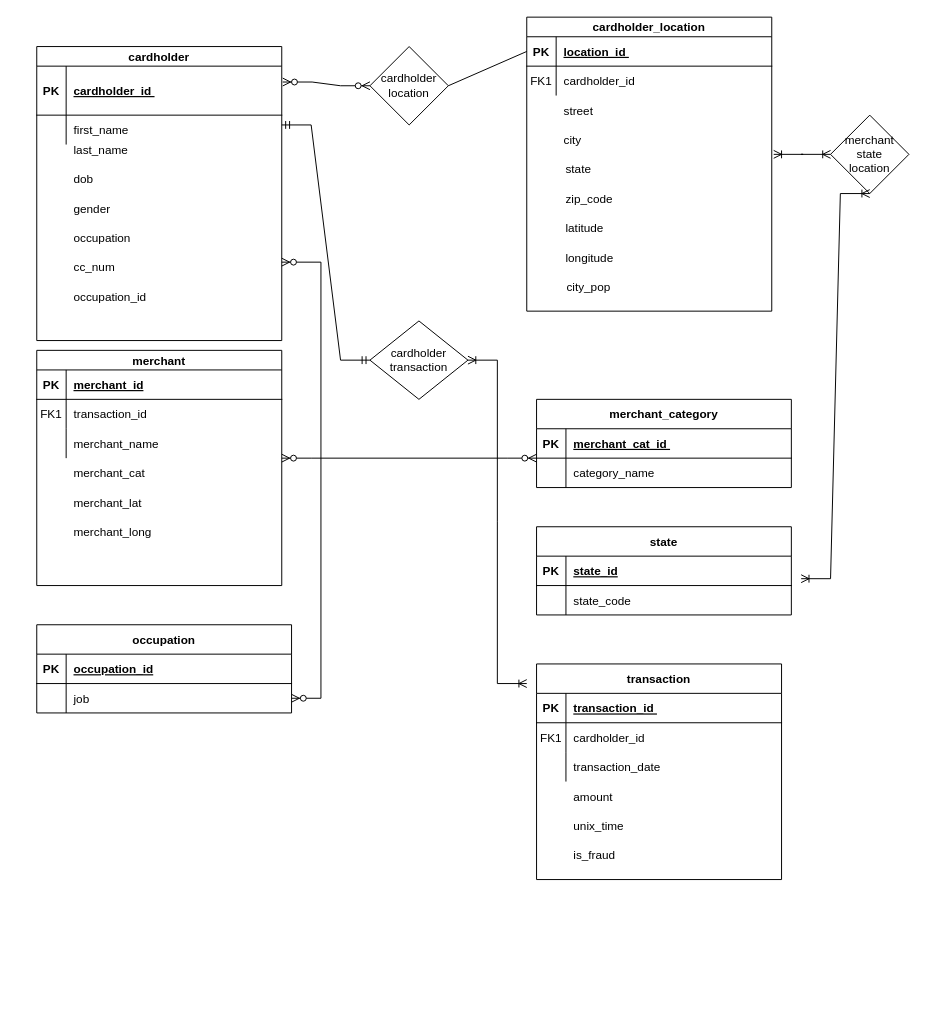
Above: ERDiagram.drawio.xml in COP3710CreditCardFraudDetection/CCFraudDetectionDB (draw.io), before the change. Source tidied: cells renumbered, new cells numbered last; positions are measured from the earlier drawing's top-left corner, leaving out a move shared by most shapes. Both pictures are drawn from the tidied source at 98%, with x=0, y=0 at pixel (36, 17).
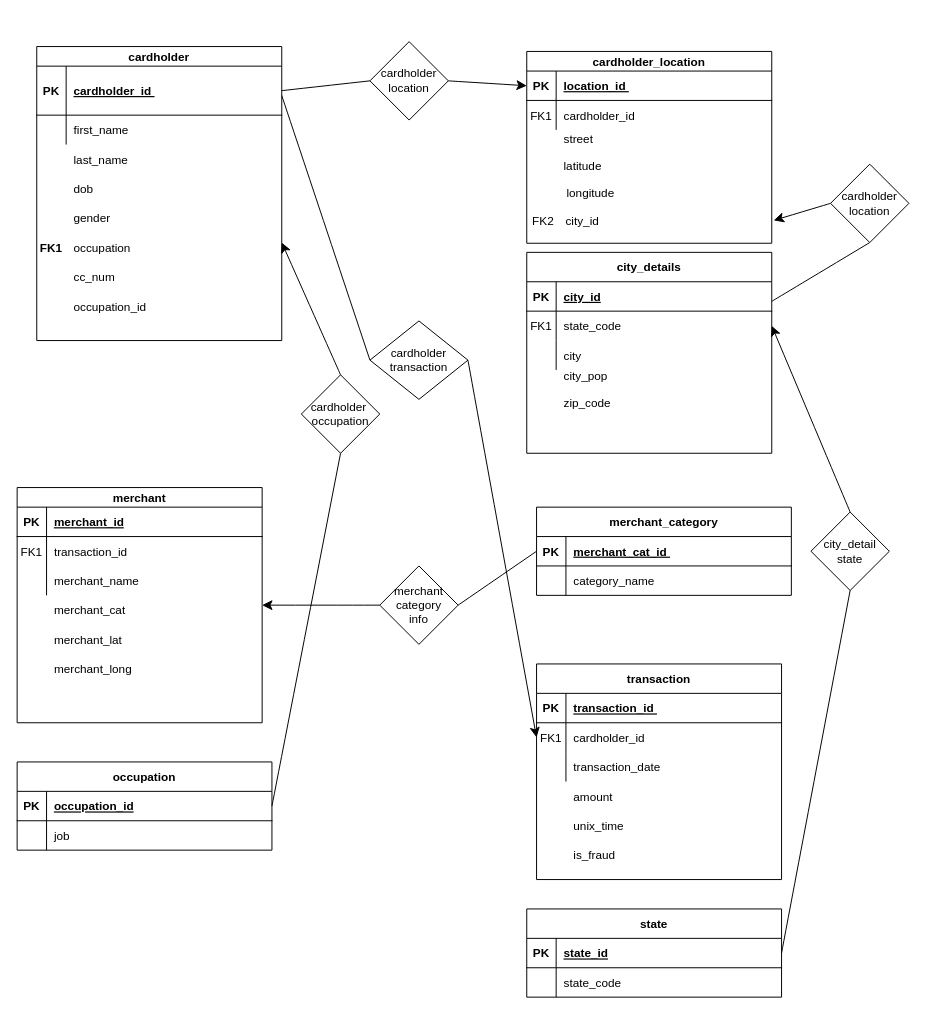
Above is the later version.

Commit message:
Update George's ER diagram

Unchanged cells that the change refers to:
```xml
<mxCell id="4" value="PK" style="shape=partialRectangle;overflow=hidden;fillColor=none;top=0;left=0;bottom=0;right=0;fontStyle=1;" parent="3" vertex="1">
  <mxGeometry width="30" height="30" as="geometry" />
</mxCell>
<mxCell id="12" value="merchant" style="shape=table;startSize=20;childLayout=tableLayout;rowLines=0;fontStyle=1;align=center;" parent="11" vertex="1">
  <mxGeometry width="250" height="240" as="geometry" />
</mxCell>
<mxCell id="21" value="merchant_name " style="shape=partialRectangle;overflow=hidden;fillColor=none;top=0;left=0;bottom=0;right=0;align=left;spacingLeft=6;" parent="19" vertex="1">
  <mxGeometry x="30" width="220" height="30" as="geometry" />
</mxCell>
<mxCell id="28" value="occupation_id" style="shape=partialRectangle;overflow=hidden;fillColor=none;top=0;left=0;bottom=0;right=0;align=left;spacingLeft=6;fontStyle=5;" parent="26" vertex="1">
  <mxGeometry x="30" width="230" height="30" as="geometry" />
</mxCell>
<mxCell id="29" style="shape=partialRectangle;fillColor=none;points=[[0,0.5],[1,0.5]];portConstraint=eastwest;top=0;left=0;right=0;bottom=0;" parent="25" vertex="1">
  <mxGeometry y="60" width="260" height="30" as="geometry" />
</mxCell>
<mxCell id="32" style="group;" parent="1" vertex="1">
  <mxGeometry y="30" width="250" height="280" as="geometry" />
</mxCell>
<mxCell id="34" style="shape=partialRectangle;fillColor=none;points=[[0,0.5],[1,0.5]];portConstraint=eastwest;top=0;left=0;right=0;bottom=1;" parent="33" vertex="1">
  <mxGeometry y="20" width="250" height="50" as="geometry" />
</mxCell>
<mxCell id="49" value="PK" style="shape=partialRectangle;overflow=hidden;fillColor=none;top=0;left=0;bottom=0;right=0;fontStyle=1;" parent="48" vertex="1">
  <mxGeometry width="30" height="30" as="geometry" />
</mxCell>
<mxCell id="66" style="shape=partialRectangle;fillColor=none;points=[[0,0.5],[1,0.5]];portConstraint=eastwest;top=0;left=0;right=0;bottom=0;" parent="62" vertex="1">
  <mxGeometry y="60" width="250" height="30" as="geometry" />
</mxCell>
<mxCell id="78" value="state_id" style="shape=partialRectangle;overflow=hidden;fillColor=none;top=0;left=0;bottom=0;right=0;align=left;spacingLeft=6;fontStyle=5;" parent="76" vertex="1">
  <mxGeometry x="30" width="230" height="30" as="geometry" />
</mxCell>
<mxCell id="83" value="cardholder&lt;div&gt;transaction&lt;/div&gt;" style="rhombus;whiteSpace=wrap;html=1;" parent="1" vertex="1">
  <mxGeometry x="340" y="310" width="100" height="80" as="geometry" />
</mxCell>
```

Diff of the diagram source:
```diff
@@
     <mxCell id="2" value="merchant_category" style="shape=table;startSize=30;childLayout=tableLayout;rowLines=0;fontStyle=1;align=center;" parent="1" vertex="1">
-      <mxGeometry x="510" y="390" width="260" height="90" as="geometry" />
+      <mxGeometry x="510" y="500" width="260" height="90" as="geometry" />
     </mxCell>
@@
     <mxCell id="9" style="group;" parent="1" vertex="1">
-      <mxGeometry y="340" width="260" height="400" as="geometry" />
+      <mxGeometry x="-20" y="480" width="260" height="400" as="geometry" />
     </mxCell>
@@
     <mxCell id="40" value="last_name " style="shape=partialRectangle;overflow=hidden;fillColor=none;top=0;left=0;bottom=0;right=0;align=left;spacingLeft=6;" parent="32" vertex="1">
-      <mxGeometry x="30" y="90" width="220" height="30" as="geometry" />
+      <mxGeometry x="30" y="100" width="220" height="30" as="geometry" />
     </mxCell>
     <mxCell id="41" value="gender " style="shape=partialRectangle;overflow=hidden;fillColor=none;top=0;left=0;bottom=0;right=0;align=left;spacingLeft=6;" parent="32" vertex="1">
-      <mxGeometry x="30" y="150" width="220" height="30" as="geometry" />
+      <mxGeometry x="30" y="160" width="220" height="30" as="geometry" />
     </mxCell>
     <mxCell id="42" value="dob " style="shape=partialRectangle;overflow=hidden;fillColor=none;top=0;left=0;bottom=0;right=0;align=left;spacingLeft=6;" parent="32" vertex="1">
-      <mxGeometry x="30" y="120" width="220" height="30" as="geometry" />
+      <mxGeometry x="30" y="130" width="220" height="30" as="geometry" />
     </mxCell>
     <mxCell id="43" value="occupation " style="shape=partialRectangle;overflow=hidden;fillColor=none;top=0;left=0;bottom=0;right=0;align=left;spacingLeft=6;" parent="32" vertex="1">
-      <mxGeometry x="30" y="180" width="220" height="30" as="geometry" />
+      <mxGeometry x="30" y="190" width="220" height="30" as="geometry" />
     </mxCell>
     <mxCell id="44" value="cc_num " style="shape=partialRectangle;overflow=hidden;fillColor=none;top=0;left=0;bottom=0;right=0;align=left;spacingLeft=6;" parent="32" vertex="1">
-      <mxGeometry x="30" y="210" width="220" height="30" as="geometry" />
+      <mxGeometry x="30" y="220" width="220" height="30" as="geometry" />
     </mxCell>
     <mxCell id="45" value="occupation_id" style="shape=partialRectangle;overflow=hidden;fillColor=none;top=0;left=0;bottom=0;right=0;align=left;spacingLeft=6;" parent="32" vertex="1">
-      <mxGeometry x="30" y="240" width="220" height="30" as="geometry" />
+      <mxGeometry x="30" y="250" width="220" height="30" as="geometry" />
     </mxCell>
+    <mxCell id="93" value="FK1" style="shape=partialRectangle;overflow=hidden;fillColor=none;top=0;left=0;bottom=0;right=0;fontStyle=1;" parent="32" vertex="1">
+      <mxGeometry y="180" width="30" height="50" as="geometry" />
+    </mxCell>
     <mxCell id="46" style="group;" parent="1" vertex="1">
-      <mxGeometry x="500" width="253" height="300" as="geometry" />
+      <mxGeometry x="500" y="35" width="253" height="410" as="geometry" />
     </mxCell>
     <mxCell id="47" value="cardholder_location" style="shape=table;startSize=20;childLayout=tableLayout;rowLines=0;fontStyle=1;align=center;" parent="46" vertex="1">
-      <mxGeometry width="250" height="300" as="geometry" />
+      <mxGeometry width="250" height="195.7" as="geometry" />
     </mxCell>
@@
     <mxCell id="54" value="street " style="shape=partialRectangle;overflow=hidden;fillColor=none;top=0;left=0;bottom=0;right=0;align=left;spacingLeft=6;" parent="46" vertex="1">
-      <mxGeometry x="30" y="80" width="220" height="30" as="geometry" />
+      <mxGeometry x="30" y="74.5" width="220" height="28" as="geometry" />
     </mxCell>
-    <mxCell id="55" value="city " style="shape=partialRectangle;overflow=hidden;fillColor=none;top=0;left=0;bottom=0;right=0;align=left;spacingLeft=6;" parent="46" vertex="1">
-      <mxGeometry x="30" y="110" width="220" height="30" as="geometry" />
+    <mxCell id="55" style="shape=partialRectangle;overflow=hidden;fillColor=none;top=0;left=0;bottom=0;right=0;align=left;spacingLeft=6;" parent="46" vertex="1">
+      <mxGeometry x="30" y="102.5" width="220" height="28" as="geometry" />
     </mxCell>
-    <mxCell id="56" value="state " style="shape=partialRectangle;overflow=hidden;fillColor=none;top=0;left=0;bottom=0;right=0;align=left;spacingLeft=6;" parent="46" vertex="1">
-      <mxGeometry x="32" y="140" width="220" height="30" as="geometry" />
+    <mxCell id="56" style="shape=partialRectangle;overflow=hidden;fillColor=none;top=0;left=0;bottom=0;right=0;align=left;spacingLeft=6;" parent="46" vertex="1">
+      <mxGeometry x="32" y="130.5" width="220" height="28" as="geometry" />
     </mxCell>
-    <mxCell id="57" value="zip_code " style="shape=partialRectangle;overflow=hidden;fillColor=none;top=0;left=0;bottom=0;right=0;align=left;spacingLeft=6;" parent="46" vertex="1">
-      <mxGeometry x="32" y="170" width="220" height="30" as="geometry" />
+    <mxCell id="57" value="city_id" style="shape=partialRectangle;overflow=hidden;fillColor=none;top=0;left=0;bottom=0;right=0;align=left;spacingLeft=6;" parent="46" vertex="1">
+      <mxGeometry x="32" y="158.4" width="220" height="28" as="geometry" />
     </mxCell>
     <mxCell id="58" value="latitude " style="shape=partialRectangle;overflow=hidden;fillColor=none;top=0;left=0;bottom=0;right=0;align=left;spacingLeft=6;" parent="46" vertex="1">
-      <mxGeometry x="32" y="200" width="220" height="30" as="geometry" />
+      <mxGeometry x="30" y="102.5" width="220" height="28" as="geometry" />
     </mxCell>
     <mxCell id="59" value="longitude " style="shape=partialRectangle;overflow=hidden;fillColor=none;top=0;left=0;bottom=0;right=0;align=left;spacingLeft=6;" parent="46" vertex="1">
-      <mxGeometry x="32" y="230" width="220" height="30" as="geometry" />
+      <mxGeometry x="33" y="130.5" width="220" height="28" as="geometry" />
     </mxCell>
-    <mxCell id="60" value="city_pop " style="shape=partialRectangle;overflow=hidden;fillColor=none;top=0;left=0;bottom=0;right=0;align=left;spacingLeft=6;" parent="46" vertex="1">
-      <mxGeometry x="33" y="260" width="220" height="30" as="geometry" />
+    <mxCell id="60" style="shape=partialRectangle;overflow=hidden;fillColor=none;top=0;left=0;bottom=0;right=0;align=left;spacingLeft=6;" parent="46" vertex="1">
+      <mxGeometry x="33" y="242.3" width="220" height="28" as="geometry" />
     </mxCell>
+    <mxCell id="94" style="group;" parent="46" vertex="1">
+      <mxGeometry y="205" width="250" height="205" as="geometry" />
+    </mxCell>
+    <mxCell id="95" value="city_details" style="shape=table;startSize=30;childLayout=tableLayout;rowLines=0;fontStyle=1;align=center;" parent="94" vertex="1">
+      <mxGeometry width="250" height="205" as="geometry" />
+    </mxCell>
+    <mxCell id="96" style="shape=partialRectangle;fillColor=none;points=[[0,0.5],[1,0.5]];portConstraint=eastwest;top=0;left=0;right=0;bottom=1;" parent="95" vertex="1">
+      <mxGeometry y="30" width="250" height="30" as="geometry" />
+    </mxCell>
+    <mxCell id="97" value="PK" style="shape=partialRectangle;overflow=hidden;fillColor=none;top=0;left=0;bottom=0;right=0;fontStyle=1;" parent="96" vertex="1">
+      <mxGeometry width="30" height="30" as="geometry" />
+    </mxCell>
+    <mxCell id="98" value="city_id" style="shape=partialRectangle;overflow=hidden;fillColor=none;top=0;left=0;bottom=0;right=0;align=left;spacingLeft=6;fontStyle=5;" parent="96" vertex="1">
+      <mxGeometry x="30" width="220" height="30" as="geometry" />
+    </mxCell>
+    <mxCell id="99" style="shape=partialRectangle;fillColor=none;points=[[0,0.5],[1,0.5]];portConstraint=eastwest;top=0;left=0;right=0;bottom=0;" parent="95" vertex="1">
+      <mxGeometry y="60" width="250" height="30" as="geometry" />
+    </mxCell>
+    <mxCell id="100" value="FK1" style="shape=partialRectangle;overflow=hidden;fillColor=none;top=0;left=0;bottom=0;right=0;" parent="99" vertex="1">
+      <mxGeometry width="30" height="30" as="geometry" />
+    </mxCell>
+    <mxCell id="101" value="state_code" style="shape=partialRectangle;overflow=hidden;fillColor=none;top=0;left=0;bottom=0;right=0;align=left;spacingLeft=6;" parent="99" vertex="1">
+      <mxGeometry x="30" width="220" height="30" as="geometry" />
+    </mxCell>
+    <mxCell id="102" style="shape=partialRectangle;fillColor=none;top=0;left=0;right=0;bottom=0;" parent="95" vertex="1">
+      <mxGeometry y="90" width="250" height="30" as="geometry" />
+    </mxCell>
+    <mxCell id="103" style="shape=partialRectangle;overflow=hidden;fillColor=none;top=0;left=0;bottom=0;right=0;" parent="102" vertex="1">
+      <mxGeometry width="30" height="30" as="geometry" />
+    </mxCell>
+    <mxCell id="104" value="city" style="shape=partialRectangle;overflow=hidden;fillColor=none;top=0;left=0;bottom=0;right=0;align=left;spacingLeft=6;" parent="102" vertex="1">
+      <mxGeometry x="30" width="220" height="30" as="geometry" />
+    </mxCell>
+    <mxCell id="105" value="city_pop" style="shape=partialRectangle;overflow=hidden;fillColor=none;top=0;left=0;bottom=0;right=0;align=left;spacingLeft=6;" parent="94" vertex="1">
+      <mxGeometry x="30" y="111.8" width="220" height="28" as="geometry" />
+    </mxCell>
+    <mxCell id="106" value="zip_code" style="shape=partialRectangle;overflow=hidden;fillColor=none;top=0;left=0;bottom=0;right=0;align=left;spacingLeft=6;" parent="94" vertex="1">
+      <mxGeometry x="30" y="139.8" width="220" height="28" as="geometry" />
+    </mxCell>
+    <mxCell id="107" style="shape=partialRectangle;overflow=hidden;fillColor=none;top=0;left=0;bottom=0;right=0;align=left;spacingLeft=6;" parent="94" vertex="1">
+      <mxGeometry x="30" y="167.7" width="220" height="28" as="geometry" />
+    </mxCell>
+    <mxCell id="108" value="FK2" style="shape=partialRectangle;overflow=hidden;fillColor=none;top=0;left=0;bottom=0;right=0;" parent="46" vertex="1">
+      <mxGeometry x="2" y="158.4" width="30" height="28" as="geometry" />
+    </mxCell>
@@
     <mxCell id="75" value="state" style="shape=table;startSize=30;childLayout=tableLayout;rowLines=0;fontStyle=1;align=center;" parent="1" vertex="1">
-      <mxGeometry x="510" y="520" width="260" height="90" as="geometry" />
+      <mxGeometry x="500" y="910" width="260" height="90" as="geometry" />
     </mxCell>
@@
     <mxCell id="82" value="cardholder&lt;div&gt;location&lt;/div&gt;" style="rhombus;whiteSpace=wrap;html=1;" parent="1" vertex="1">
-      <mxGeometry x="340" y="30" width="80" height="80" as="geometry" />
+      <mxGeometry x="340" y="25" width="80" height="80" as="geometry" />
     </mxCell>
@@
+    <mxCell id="109" value="merchant&lt;div&gt;category&lt;/div&gt;&lt;div&gt;info&lt;/div&gt;" style="rhombus;whiteSpace=wrap;html=1;" parent="1" vertex="1">
+      <mxGeometry x="350" y="560" width="80" height="80" as="geometry" />
+    </mxCell>
+    <mxCell id="110" style="endArrow=none;html=1;rounded=0;fontSize=12;startSize=8;endSize=8;curved=1;entryX=0;entryY=0.5;entryDx=0;entryDy=0;exitX=1;exitY=0.5;exitDx=0;exitDy=0;" parent="1" edge="1" source="109" target="4">
+      <mxGeometry relative="1" as="geometry" />
+    </mxCell>
+    <mxCell id="111" style="endArrow=none;html=1;rounded=0;fontSize=12;startSize=8;endSize=8;curved=1;entryX=0;entryY=0.5;entryDx=0;entryDy=0;" parent="1" edge="1" target="83">
+      <mxGeometry relative="1" as="geometry">
+        <mxPoint x="250" y="80" as="sourcePoint" />
+      </mxGeometry>
+    </mxCell>
+    <mxCell id="112" value="cardholder&amp;nbsp;&lt;div&gt;occupation&lt;/div&gt;" style="rhombus;whiteSpace=wrap;html=1;" parent="1" vertex="1">
+      <mxGeometry x="270" y="365" width="80" height="80" as="geometry" />
+    </mxCell>
+    <mxCell id="113" style="endArrow=none;html=1;rounded=0;fontSize=12;startSize=8;endSize=8;curved=1;entryX=0.5;entryY=1;entryDx=0;entryDy=0;exitX=1;exitY=0.5;exitDx=0;exitDy=0;" parent="1" edge="1" source="28" target="112">
+      <mxGeometry relative="1" as="geometry" />
+    </mxCell>
+    <mxCell id="114" style="endArrow=none;html=1;rounded=0;fontSize=12;startSize=8;endSize=8;curved=1;exitX=1;exitY=0;exitDx=0;exitDy=0;" parent="1" edge="1" source="84">
+      <mxGeometry relative="1" as="geometry">
+        <mxPoint x="850" y="180" as="targetPoint" />
+      </mxGeometry>
+    </mxCell>
+    <mxCell id="115" style="endArrow=none;html=1;rounded=0;fontSize=12;startSize=8;endSize=8;curved=1;exitX=1;exitY=0.667;exitDx=0;exitDy=0;entryX=0.5;entryY=1;entryDx=0;entryDy=0;exitPerimeter=0;" parent="1" edge="1" source="96" target="84">
+      <mxGeometry relative="1" as="geometry" />
+    </mxCell>
-    <mxCell id="84" value="merchant&lt;div&gt;state&lt;/div&gt;&lt;div&gt;location&lt;/div&gt;" style="rhombus;whiteSpace=wrap;html=1;" parent="1" vertex="1">
-      <mxGeometry x="810" y="100" width="80" height="80" as="geometry" />
+    <mxCell id="84" value="cardholder&lt;div&gt;location&lt;/div&gt;" style="rhombus;whiteSpace=wrap;html=1;" parent="1" vertex="1">
+      <mxGeometry x="810" y="150" width="80" height="80" as="geometry" />
     </mxCell>
-    <mxCell id="85" style="edgeStyle=entityRelationEdgeStyle;fontSize=12;html=1;endArrow=ERmandOne;startArrow=ERmandOne;rounded=0;entryX=0;entryY=0.5;entryDx=0;entryDy=0;" parent="1" edge="1" target="83">
-      <mxGeometry relative="1" as="geometry">
-        <mxPoint x="250" y="110" as="sourcePoint" />
-      </mxGeometry>
-    </mxCell>
-    <mxCell id="86" style="edgeStyle=entityRelationEdgeStyle;fontSize=12;html=1;endArrow=ERoneToMany;startArrow=ERoneToMany;rounded=0;" parent="1" edge="1" source="83">
-      <mxGeometry relative="1" as="geometry">
-        <mxPoint x="500" y="680" as="targetPoint" />
-      </mxGeometry>
-    </mxCell>
-    <mxCell id="87" style="edgeStyle=entityRelationEdgeStyle;fontSize=12;html=1;endArrow=ERzeroToMany;endFill=1;startArrow=ERzeroToMany;rounded=0;" parent="1" edge="1" target="29">
-      <mxGeometry relative="1" as="geometry">
-        <mxPoint x="250" y="250" as="sourcePoint" />
-        <Array as="points">
-          <mxPoint x="220" y="200" />
-        </Array>
-      </mxGeometry>
-    </mxCell>
-    <mxCell id="88" style="edgeStyle=entityRelationEdgeStyle;fontSize=12;html=1;endArrow=ERzeroToMany;endFill=1;startArrow=ERzeroToMany;rounded=0;exitX=1;exitY=1;exitDx=0;exitDy=0;" parent="1" edge="1" source="21">
-      <mxGeometry relative="1" as="geometry">
-        <mxPoint x="510" y="450" as="targetPoint" />
-        <Array as="points">
-          <mxPoint x="250" y="470" />
-        </Array>
-      </mxGeometry>
-    </mxCell>
+    <mxCell id="116" value="city_detail&lt;div&gt;state&lt;/div&gt;" style="rhombus;whiteSpace=wrap;html=1;" parent="1" vertex="1">
+      <mxGeometry x="790" y="505" width="80" height="80" as="geometry" />
+    </mxCell>
+    <mxCell id="117" style="endArrow=none;html=1;rounded=0;fontSize=12;startSize=8;endSize=8;curved=1;exitX=1;exitY=0.5;exitDx=0;exitDy=0;entryX=0.5;entryY=1;entryDx=0;entryDy=0;" parent="1" edge="1" source="78" target="116">
+      <mxGeometry relative="1" as="geometry" />
+    </mxCell>
+    <mxCell id="118" style="endArrow=classic;html=1;rounded=0;fontSize=12;startSize=8;endSize=8;curved=1;entryX=1;entryY=0.5;entryDx=0;entryDy=0;exitX=0.5;exitY=0;exitDx=0;exitDy=0;" parent="1" edge="1" source="116" target="99">
+      <mxGeometry relative="1" as="geometry" />
+    </mxCell>
+    <mxCell id="119" style="endArrow=classic;html=1;rounded=0;fontSize=12;startSize=8;endSize=8;curved=1;exitX=0;exitY=0.5;exitDx=0;exitDy=0;entryX=1;entryY=0.5;entryDx=0;entryDy=0;" parent="1" edge="1" source="84" target="57">
+      <mxGeometry relative="1" as="geometry" />
+    </mxCell>
-    <mxCell id="89" style="edgeStyle=entityRelationEdgeStyle;fontSize=12;html=1;endArrow=ERzeroToMany;endFill=1;startArrow=ERzeroToMany;rounded=0;exitX=1.004;exitY=0.324;exitDx=0;exitDy=0;exitPerimeter=0;entryX=0;entryY=0.5;entryDx=0;entryDy=0;" parent="1" edge="1" source="34" target="82">
+    <mxCell id="89" style="endArrow=none;html=1;rounded=0;fontSize=12;startSize=8;endSize=8;curved=1;exitX=1;exitY=0.5;exitDx=0;exitDy=0;entryX=0;entryY=0.5;entryDx=0;entryDy=0;" parent="1" edge="1" source="34" target="82">
       <mxGeometry relative="1" as="geometry" />
     </mxCell>
-    <mxCell id="90" style="endArrow=none;html=1;rounded=0;entryX=0;entryY=0.5;entryDx=0;entryDy=0;exitX=1;exitY=0.5;exitDx=0;exitDy=0;" parent="1" edge="1" source="82" target="49">
+    <mxCell id="90" style="endArrow=classic;html=1;rounded=0;fontSize=12;startSize=8;endSize=8;curved=1;exitX=1;exitY=0.5;exitDx=0;exitDy=0;entryX=0;entryY=0.5;entryDx=0;entryDy=0;" parent="1" edge="1" source="82" target="49">
       <mxGeometry relative="1" as="geometry" />
     </mxCell>
-    <mxCell id="91" style="edgeStyle=entityRelationEdgeStyle;fontSize=12;html=1;endArrow=ERoneToMany;startArrow=ERoneToMany;rounded=0;entryX=1;entryY=0;entryDx=0;entryDy=0;exitX=0;exitY=0.5;exitDx=0;exitDy=0;" parent="1" edge="1" source="84" target="56">
-      <mxGeometry relative="1" as="geometry">
-        <Array as="points">
-          <mxPoint x="930" y="190" />
-          <mxPoint x="860" y="210" />
-        </Array>
-      </mxGeometry>
-    </mxCell>
-    <mxCell id="92" style="edgeStyle=entityRelationEdgeStyle;fontSize=12;html=1;endArrow=ERoneToMany;startArrow=ERoneToMany;rounded=0;entryX=0.5;entryY=1;entryDx=0;entryDy=0;" parent="1" edge="1" target="84">
-      <mxGeometry relative="1" as="geometry">
-        <mxPoint x="780" y="573" as="sourcePoint" />
-        <Array as="points">
-          <mxPoint x="840" y="600" />
-          <mxPoint x="830" y="520" />
-          <mxPoint x="860" y="520" />
-        </Array>
-      </mxGeometry>
-    </mxCell>
+    <mxCell id="120" style="endArrow=classic;html=1;rounded=0;fontSize=12;startSize=8;endSize=8;curved=1;exitX=0.5;exitY=0;exitDx=0;exitDy=0;" parent="1" edge="1" source="112">
+      <mxGeometry relative="1" as="geometry">
+        <mxPoint x="250" y="230" as="targetPoint" />
+      </mxGeometry>
+    </mxCell>
+    <mxCell id="121" style="endArrow=classic;html=1;rounded=0;fontSize=12;startSize=8;endSize=8;curved=1;entryX=0;entryY=0.5;entryDx=0;entryDy=0;" parent="1" edge="1" target="66">
+      <mxGeometry relative="1" as="geometry">
+        <mxPoint x="440" y="350" as="sourcePoint" />
+      </mxGeometry>
+    </mxCell>
+    <mxCell id="122" style="endArrow=classic;html=1;rounded=0;fontSize=12;startSize=8;endSize=8;curved=1;exitX=0;exitY=0.5;exitDx=0;exitDy=0;entryX=1;entryY=0.5;entryDx=0;entryDy=0;" parent="1" edge="1" source="109" target="12">
+      <mxGeometry relative="1" as="geometry" />
+    </mxCell>
```
